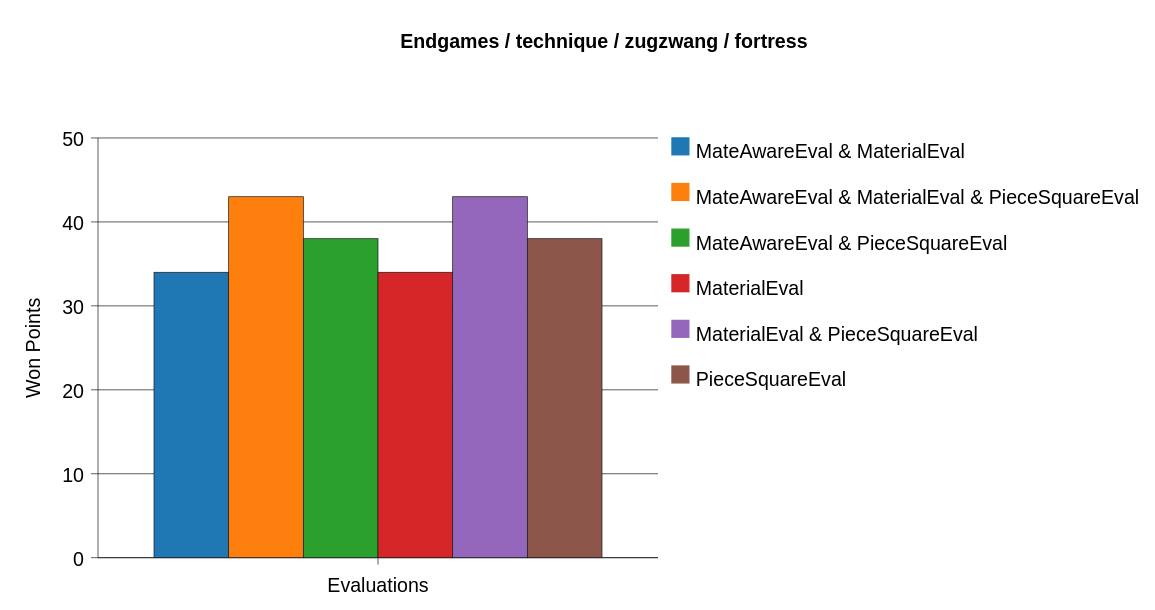
Above: docs/evaluation/report/movequality/EndgamesTechniqueZugzwangFortress.svg in l2c0r3/blobfish (PlantUML), before the change. Source of this version:
```plantuml
@startchart

title
Endgames / technique / zugzwang / fortress
end title

h-axis [ Evaluations ]
v-axis "Won Points" 0 --> 50.0 spacing 10.0 grid

bar "MateAwareEval & MaterialEval"[ 34.0 ] #1F77B4
bar "MateAwareEval & MaterialEval & PieceSquareEval"[ 43.0 ] #FF7F0E
bar "MateAwareEval & PieceSquareEval"[ 38.0 ] #2CA02C
bar "MaterialEval"[ 34.0 ] #D62728
bar "MaterialEval & PieceSquareEval"[ 43.0 ] #9467BD
bar "PieceSquareEval"[ 38.0 ] #8C564B

legend right
@endchart
```
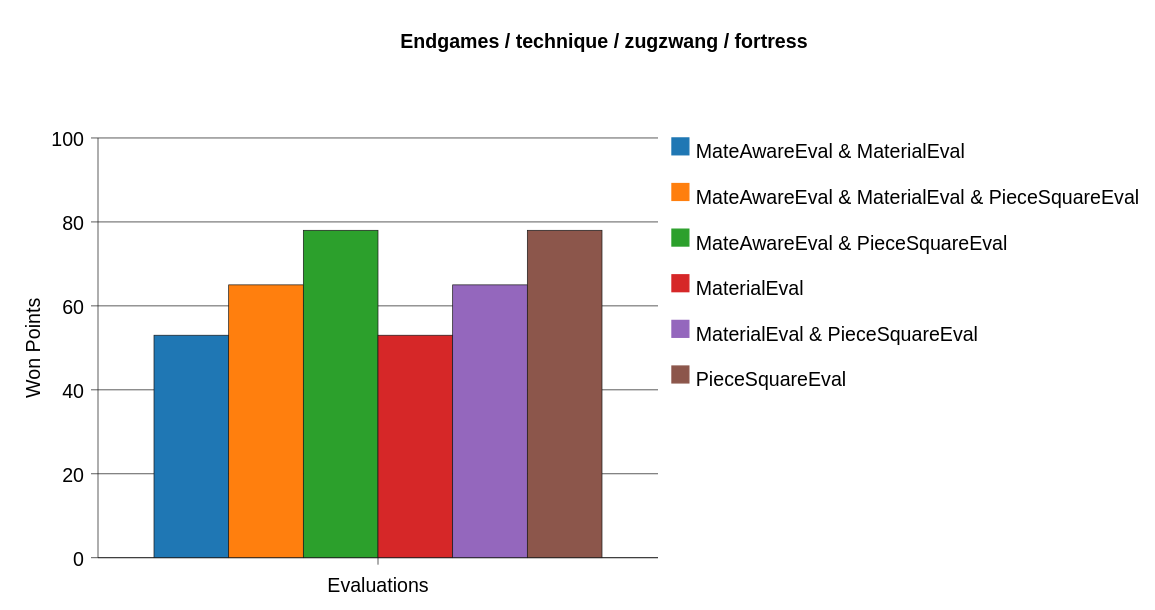
Above is the later version.

What changed in the source:
```diff
@@ -5,14 +5,14 @@
 end title
 
 h-axis [ Evaluations ]
-v-axis "Won Points" 0 --> 50.0 spacing 10.0 grid
+v-axis "Won Points" 0 --> 100.0 spacing 20.0 grid
 
-bar "MateAwareEval & MaterialEval"[ 34.0 ] #1F77B4
-bar "MateAwareEval & MaterialEval & PieceSquareEval"[ 43.0 ] #FF7F0E
-bar "MateAwareEval & PieceSquareEval"[ 38.0 ] #2CA02C
-bar "MaterialEval"[ 34.0 ] #D62728
-bar "MaterialEval & PieceSquareEval"[ 43.0 ] #9467BD
-bar "PieceSquareEval"[ 38.0 ] #8C564B
+bar "MateAwareEval & MaterialEval"[ 53.0 ] #1F77B4
+bar "MateAwareEval & MaterialEval & PieceSquareEval"[ 65.0 ] #FF7F0E
+bar "MateAwareEval & PieceSquareEval"[ 78.0 ] #2CA02C
+bar "MaterialEval"[ 53.0 ] #D62728
+bar "MaterialEval & PieceSquareEval"[ 65.0 ] #9467BD
+bar "PieceSquareEval"[ 78.0 ] #8C564B
 
 legend right
 @endchart
```
